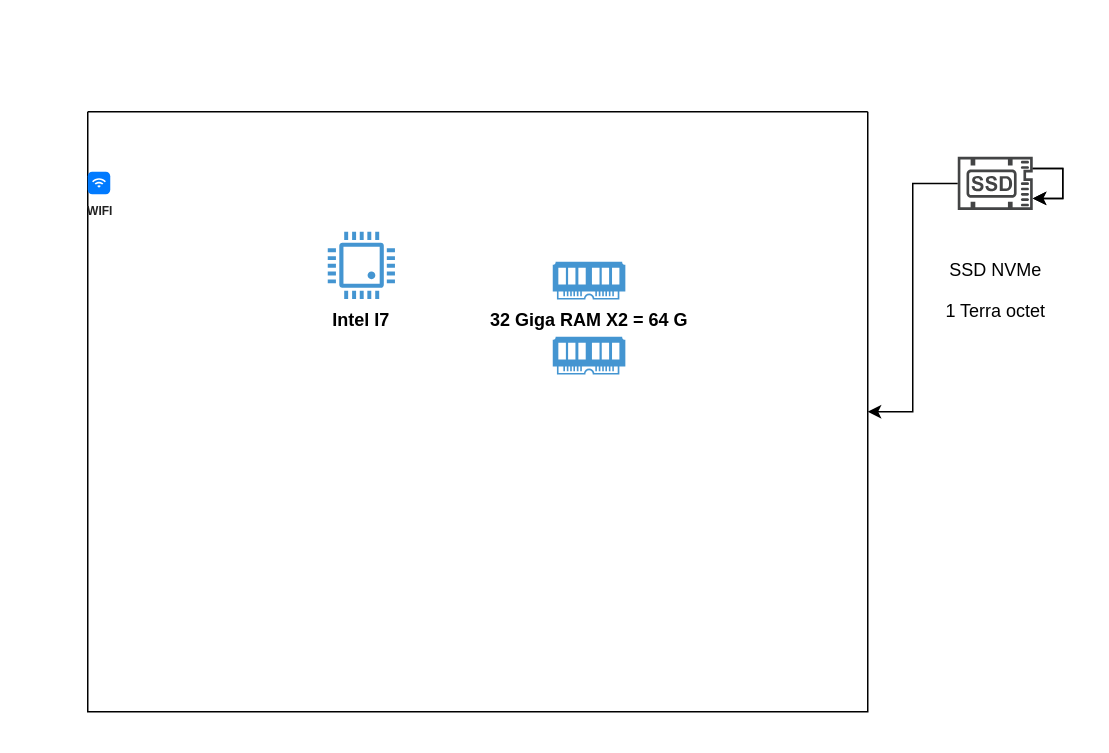
The draw.io diagram Diagramme sans nom.drawio in OCR-GRLD/OCR-GRLD, before the edit. Source tidied: cells renumbered, new cells numbered last; positions are measured from the earlier drawing's top-left corner, leaving out a move shared by most shapes. Both pictures are drawn from the tidied source at 150%, with x=0, y=0 at pixel (87, 111).
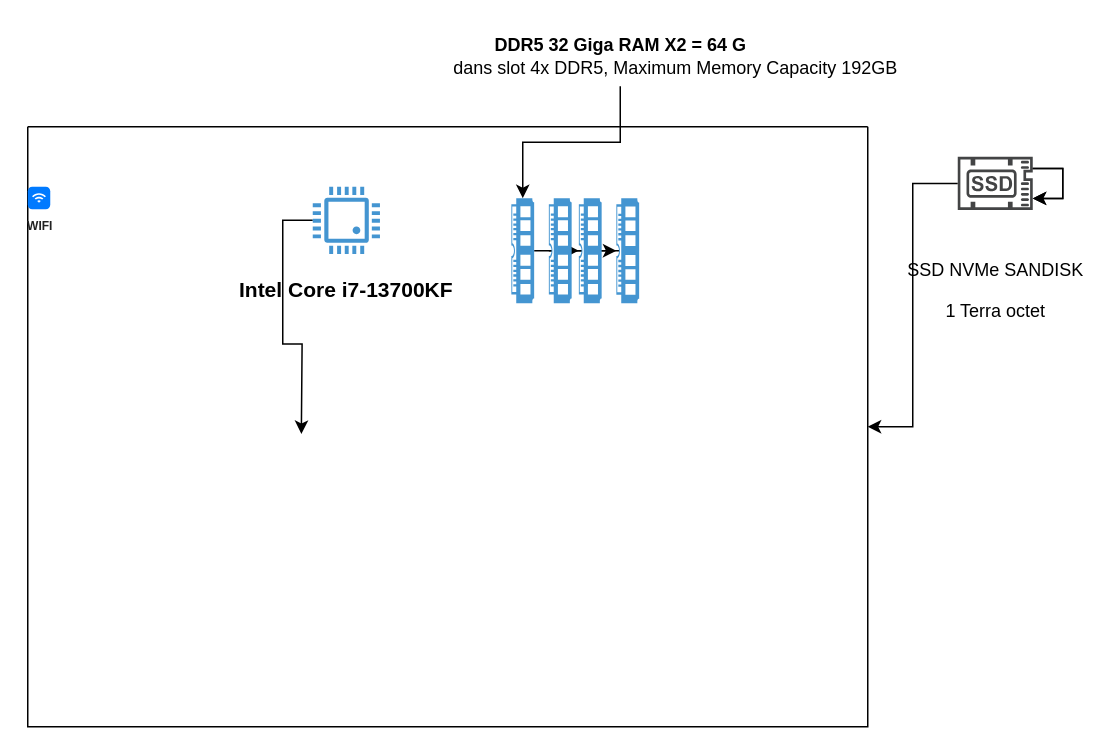
The same page after the edit.

Commit message:
Mettre à jour Diagramme sans nom.drawio

Change to the diagram source:
```diff
@@
 <mxGraphModel>
   <root>
     <mxCell id="0" />
     <mxCell id="1" parent="0" />
     <mxCell id="2" style="swimlane;startSize=0;" parent="1" vertex="1">
-      <mxGeometry width="520" height="400" as="geometry" />
+      <mxGeometry x="-40" y="10" width="560" height="400" as="geometry" />
     </mxCell>
     <mxCell id="3" value="&lt;b&gt;WIFI&lt;/b&gt;" style="html=1;strokeWidth=1;shadow=0;dashed=0;shape=mxgraph.ios7.misc.wifi;fillColor=#007AFF;strokeColor=none;buttonText=;strokeColor2=#222222;fontColor=#222222;fontSize=8;verticalLabelPosition=bottom;verticalAlign=top;align=center;sketch=0;" parent="2" vertex="1">
       <mxGeometry y="40" width="15" height="15" as="geometry" />
     </mxCell>
+    <mxCell id="11" style="edgeStyle=orthogonalEdgeStyle;rounded=0;jettySize=auto;html=1;" parent="2" edge="1" source="4">
+      <mxGeometry relative="1" as="geometry">
+        <mxPoint x="182.4" y="204.8" as="targetPoint" />
+      </mxGeometry>
+    </mxCell>
-    <mxCell id="4" value="&lt;b&gt;Intel I7&lt;br&gt;&lt;/b&gt;" style="shadow=0;dashed=0;html=1;strokeColor=none;fillColor=#4495D1;labelPosition=center;verticalLabelPosition=bottom;verticalAlign=top;align=center;outlineConnect=0;shape=mxgraph.veeam.cpu;" parent="2" vertex="1">
-      <mxGeometry x="160" y="80" width="44.8" height="44.8" as="geometry" />
+    <mxCell id="4" value="&lt;h1 style=&quot;font-size: 14px;&quot; class=&quot;title-1&quot;&gt;Intel Core i7-13700KF&lt;/h1&gt;&lt;h2 style=&quot;font-size: 10px;&quot;&gt;&lt;/h2&gt;" style="shadow=0;dashed=0;html=1;strokeColor=none;fillColor=#4495D1;labelPosition=center;verticalLabelPosition=bottom;verticalAlign=top;align=center;outlineConnect=0;shape=mxgraph.veeam.cpu;" parent="2" vertex="1">
+      <mxGeometry x="190" y="40" width="44.8" height="44.8" as="geometry" />
     </mxCell>
+    <mxCell id="12" style="edgeStyle=orthogonalEdgeStyle;rounded=0;jettySize=auto;html=1;" parent="2" edge="1" source="5" target="16">
+      <mxGeometry relative="1" as="geometry" />
+    </mxCell>
-    <mxCell id="5" value="&lt;b&gt;32 Giga RAM X2 = 64 G&lt;br&gt;&lt;/b&gt;" style="shadow=0;dashed=0;html=1;strokeColor=none;fillColor=#4495D1;labelPosition=center;verticalLabelPosition=bottom;verticalAlign=top;align=center;outlineConnect=0;shape=mxgraph.veeam.ram;" parent="2" vertex="1">
-      <mxGeometry x="310" y="100" width="48.4" height="25.2" as="geometry" />
+    <mxCell id="5" style="shadow=0;dashed=0;html=1;strokeColor=none;fillColor=#4495D1;labelPosition=center;verticalLabelPosition=bottom;verticalAlign=top;align=center;outlineConnect=0;shape=mxgraph.veeam.ram;rotation=90;" parent="2" vertex="1">
+      <mxGeometry x="295" y="75" width="70" height="15.2" as="geometry" />
     </mxCell>
+    <mxCell id="13" style="edgeStyle=orthogonalEdgeStyle;rounded=0;jettySize=auto;html=1;" parent="2" edge="1" source="6" target="15">
+      <mxGeometry relative="1" as="geometry" />
+    </mxCell>
-    <mxCell id="6" style="shadow=0;dashed=0;html=1;strokeColor=none;fillColor=#4495D1;labelPosition=center;verticalLabelPosition=bottom;verticalAlign=top;align=center;outlineConnect=0;shape=mxgraph.veeam.ram;" parent="2" vertex="1">
-      <mxGeometry x="310" y="150" width="48.4" height="25.2" as="geometry" />
+    <mxCell id="6" style="shadow=0;dashed=0;html=1;strokeColor=none;fillColor=#4495D1;labelPosition=center;verticalLabelPosition=bottom;verticalAlign=top;align=center;outlineConnect=0;shape=mxgraph.veeam.ram;rotation=90;" parent="2" vertex="1">
+      <mxGeometry x="320" y="75" width="70" height="15.2" as="geometry" />
     </mxCell>
+    <mxCell id="14" style="edgeStyle=orthogonalEdgeStyle;rounded=0;jettySize=auto;html=1;" parent="2" edge="1" source="15" target="16">
+      <mxGeometry relative="1" as="geometry" />
+    </mxCell>
+    <mxCell id="15" style="shadow=0;dashed=0;html=1;strokeColor=none;fillColor=#4495D1;labelPosition=center;verticalLabelPosition=bottom;verticalAlign=top;align=center;outlineConnect=0;shape=mxgraph.veeam.ram;rotation=90;" parent="2" vertex="1">
+      <mxGeometry x="340" y="75" width="70" height="15.2" as="geometry" />
+    </mxCell>
+    <mxCell id="16" style="shadow=0;dashed=0;html=1;strokeColor=none;fillColor=#4495D1;labelPosition=center;verticalLabelPosition=bottom;verticalAlign=top;align=center;outlineConnect=0;shape=mxgraph.veeam.ram;rotation=90;" parent="2" vertex="1">
+      <mxGeometry x="365" y="75.1" width="70" height="15.2" as="geometry" />
+    </mxCell>
     <mxCell id="7" style="edgeStyle=orthogonalEdgeStyle;rounded=0;jettySize=auto;html=1;" parent="1" edge="1" source="8" target="2">
       <mxGeometry relative="1" as="geometry" />
     </mxCell>
-    <mxCell id="8" value="&lt;br&gt;&lt;p&gt;SSD NVMe&lt;/p&gt;&lt;p&gt;1 Terra octet&lt;br&gt;&lt;/p&gt;&lt;br&gt;&lt;br&gt;" style="sketch=0;shadow=0;dashed=0;html=1;strokeColor=none;fillColor=#434445;labelPosition=center;verticalLabelPosition=bottom;verticalAlign=top;align=center;outlineConnect=0;shape=mxgraph.vvd.ssd;" parent="1" vertex="1">
+    <mxCell id="8" value="&lt;br&gt;&lt;p&gt;SSD NVMe SANDISK&lt;br&gt;&lt;/p&gt;&lt;p&gt;1 Terra octet&lt;br&gt;&lt;/p&gt;&lt;br&gt;" style="sketch=0;shadow=0;dashed=0;html=1;strokeColor=none;fillColor=#434445;labelPosition=center;verticalLabelPosition=bottom;verticalAlign=top;align=center;outlineConnect=0;shape=mxgraph.vvd.ssd;" parent="1" vertex="1">
       <mxGeometry x="580" y="30" width="50" height="35.5" as="geometry" />
     </mxCell>
     <mxCell id="9" style="edgeStyle=orthogonalEdgeStyle;rounded=0;orthogonalLoop=1;jettySize=auto;html=1;" parent="1" edge="1" source="8" target="8">
       <mxGeometry relative="1" as="geometry" />
     </mxCell>
     <mxCell id="10" style="edgeStyle=orthogonalEdgeStyle;rounded=0;orthogonalLoop=1;jettySize=auto;html=1;" parent="1" edge="1" source="8" target="8">
       <mxGeometry relative="1" as="geometry" />
     </mxCell>
+    <mxCell id="17" style="edgeStyle=orthogonalEdgeStyle;rounded=0;jettySize=auto;html=1;" parent="1" edge="1" source="18" target="5">
+      <mxGeometry relative="1" as="geometry" />
+    </mxCell>
+    <mxCell id="18" value="&lt;b&gt;DDR5 32 Giga RAM X2 = 64 G&lt;br&gt;&lt;/b&gt;&amp;nbsp;&amp;nbsp;&amp;nbsp;&amp;nbsp;&amp;nbsp;&amp;nbsp;&amp;nbsp;&amp;nbsp;&amp;nbsp;&amp;nbsp;&amp;nbsp;&amp;nbsp;&amp;nbsp;&amp;nbsp;&amp;nbsp;&amp;nbsp;&amp;nbsp;&amp;nbsp;&amp;nbsp;&amp;nbsp;&amp;nbsp; dans slot 4x DDR5, Maximum Memory Capacity 192GB" style="text;html=1;align=center;verticalAlign=middle;points=[];strokeColor=none;fillColor=none;" parent="1" vertex="1">
+      <mxGeometry x="160" y="-57" width="390" height="40" as="geometry" />
+    </mxCell>
   </root>
 </mxGraphModel>
```
